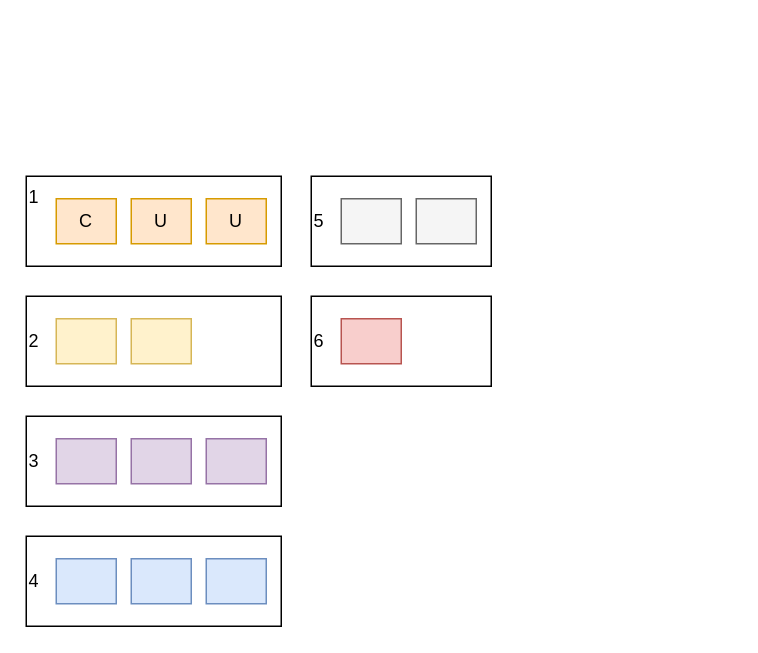
This is page "Page-1" (1 of 4) of Drawing.drawio from 365connectanywhere/IOM-diagrams, a draw.io file, before an edit. Source tidied: cells renumbered, new cells numbered last; positions are measured from the earlier drawing's top-left corner, leaving out a move shared by most shapes. Both pictures are drawn from the tidied source at 150%, with x=0, y=0 at pixel (26, 176).
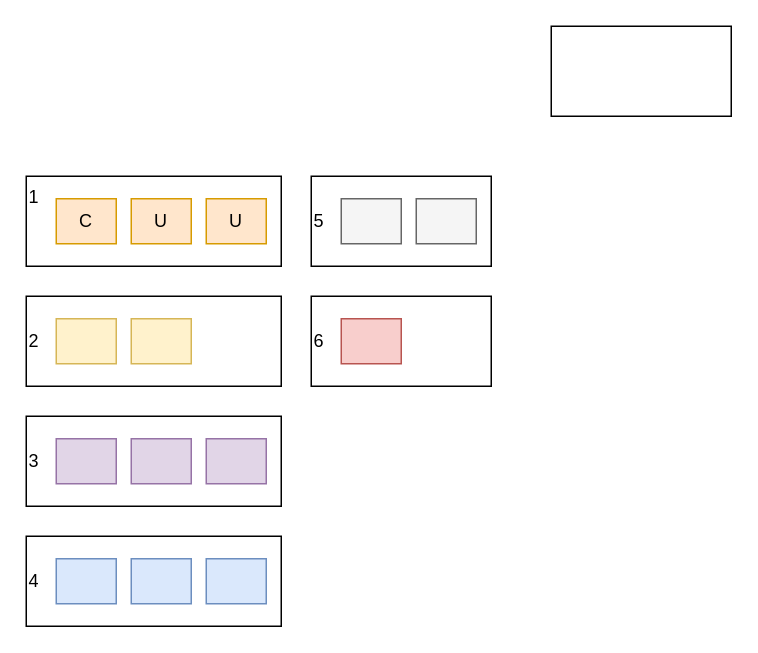
Above is the later version.

The edit, as a diff of the source:
```diff
@@
+    <mxCell id="22" style="rounded=0;whiteSpace=wrap;html=1;" parent="1" vertex="1">
+      <mxGeometry x="350" y="-100" width="120" height="60" as="geometry" />
+    </mxCell>
```
